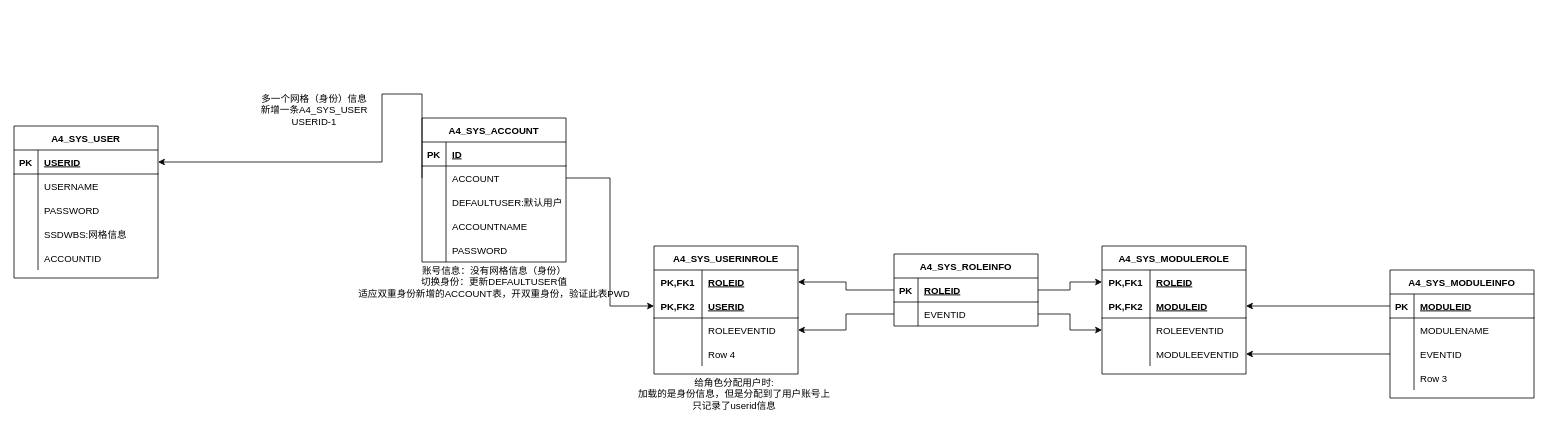
Earlier version of the draw.io diagram Untitled Diagram.drawio (dsdTxx/DataStructAndAlgorithm). Source tidied: cells renumbered, new cells numbered last; positions are measured from the earlier drawing's top-left corner, leaving out a move shared by most shapes. Both pictures are drawn from the tidied source at 80%, with x=0, y=0 at pixel (14, 14).
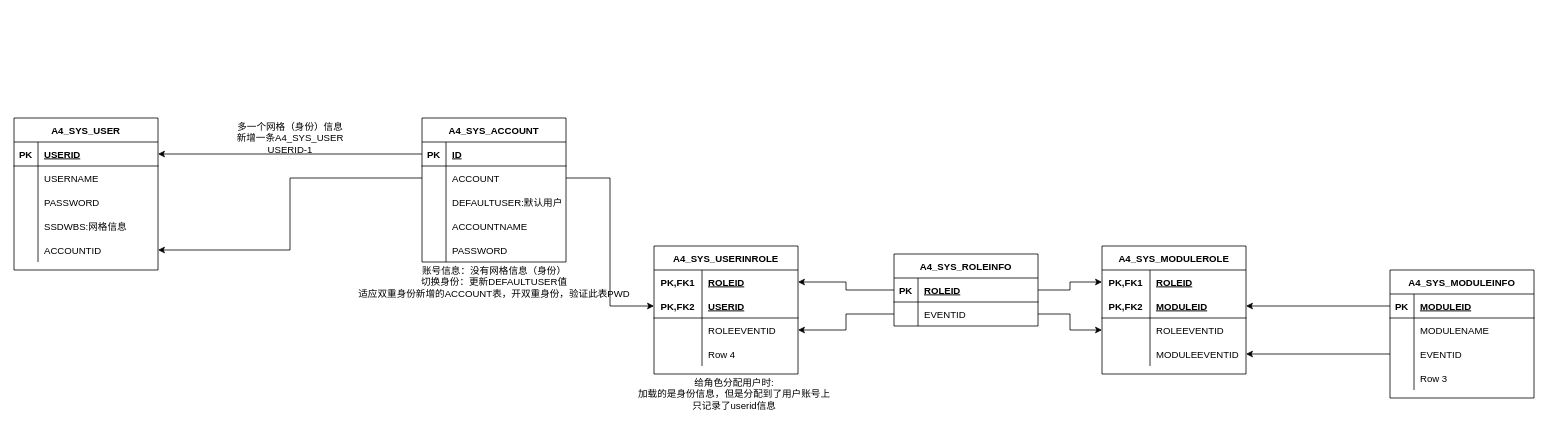
The same page after the edit.

The change refers to these unchanged cells:
```xml
<mxCell id="43" style="shape=partialRectangle;fillColor=none;top=0;left=0;bottom=1;right=0;points=[[0,0.5],[1,0.5]];portConstraint=eastwest;" parent="42" vertex="1">
  <mxGeometry y="30" width="180" height="30" as="geometry" />
</mxCell>
<mxCell id="55" style="shape=partialRectangle;fillColor=none;top=0;left=0;bottom=0;right=0;points=[[0,0.5],[1,0.5]];portConstraint=eastwest;" parent="42" vertex="1">
  <mxGeometry y="150" width="180" height="30" as="geometry" />
</mxCell>
<mxCell id="75" style="shape=partialRectangle;fillColor=none;top=0;left=0;bottom=1;right=0;points=[[0,0.5],[1,0.5]];portConstraint=eastwest;" parent="74" vertex="1">
  <mxGeometry y="30" width="180" height="30" as="geometry" />
</mxCell>
<mxCell id="78" style="shape=partialRectangle;fillColor=none;top=0;left=0;bottom=0;right=0;points=[[0,0.5],[1,0.5]];portConstraint=eastwest;" parent="74" vertex="1">
  <mxGeometry y="60" width="180" height="30" as="geometry" />
</mxCell>
```

What changed in the source:
```diff
@@
     <mxCell id="42" value="A4_SYS_USER" style="shape=table;startSize=30;childLayout=tableLayout;rowLines=0;fontStyle=1;align=center;" parent="1" vertex="1">
-      <mxGeometry y="140" width="180" height="190" as="geometry" />
+      <mxGeometry y="130" width="180" height="190" as="geometry" />
     </mxCell>
@@
-    <mxCell id="91" style="group;" parent="1" vertex="1">
-      <mxGeometry x="300" width="160" height="270" as="geometry" />
-    </mxCell>
-    <mxCell id="92" style="edgeStyle=orthogonalEdgeStyle;rounded=0;jettySize=auto;html=1;exitX=0;exitY=0.5;exitDx=0;exitDy=0;entryX=1;entryY=0.5;entryDx=0;entryDy=0;" parent="91" edge="1" source="78" target="43">
-      <mxGeometry relative="1" as="geometry">
-        <Array as="points">
-          <mxPoint x="210" y="100" />
-          <mxPoint x="160" y="100" />
-          <mxPoint x="160" y="185" />
-        </Array>
-      </mxGeometry>
-    </mxCell>
-    <mxCell id="93" value="多一个网格（身份）信息&lt;br&gt;新增一条A4_SYS_USER&lt;br&gt;USERID-1" style="text;html=1;align=center;verticalAlign=middle;fillColor=none;strokeColor=none;rounded=0;" parent="91" vertex="1">
-      <mxGeometry y="95" width="150" height="50" as="geometry" />
+    <mxCell id="93" value="多一个网格（身份）信息&lt;br&gt;新增一条A4_SYS_USER&lt;br&gt;USERID-1" style="text;html=1;align=center;verticalAlign=middle;fillColor=none;strokeColor=none;rounded=0;" parent="1" vertex="1">
+      <mxGeometry x="270" y="130" width="150" height="50" as="geometry" />
     </mxCell>
+    <mxCell id="94" style="edgeStyle=orthogonalEdgeStyle;rounded=0;jettySize=auto;html=1;exitX=0;exitY=0.5;exitDx=0;exitDy=0;" parent="1" edge="1" source="75" target="43">
+      <mxGeometry relative="1" as="geometry" />
+    </mxCell>
+    <mxCell id="95" style="edgeStyle=orthogonalEdgeStyle;rounded=0;jettySize=auto;html=1;exitX=0;exitY=0.5;exitDx=0;exitDy=0;entryX=1;entryY=0.5;entryDx=0;entryDy=0;" parent="1" edge="1" source="78" target="55">
+      <mxGeometry relative="1" as="geometry" />
+    </mxCell>
```
